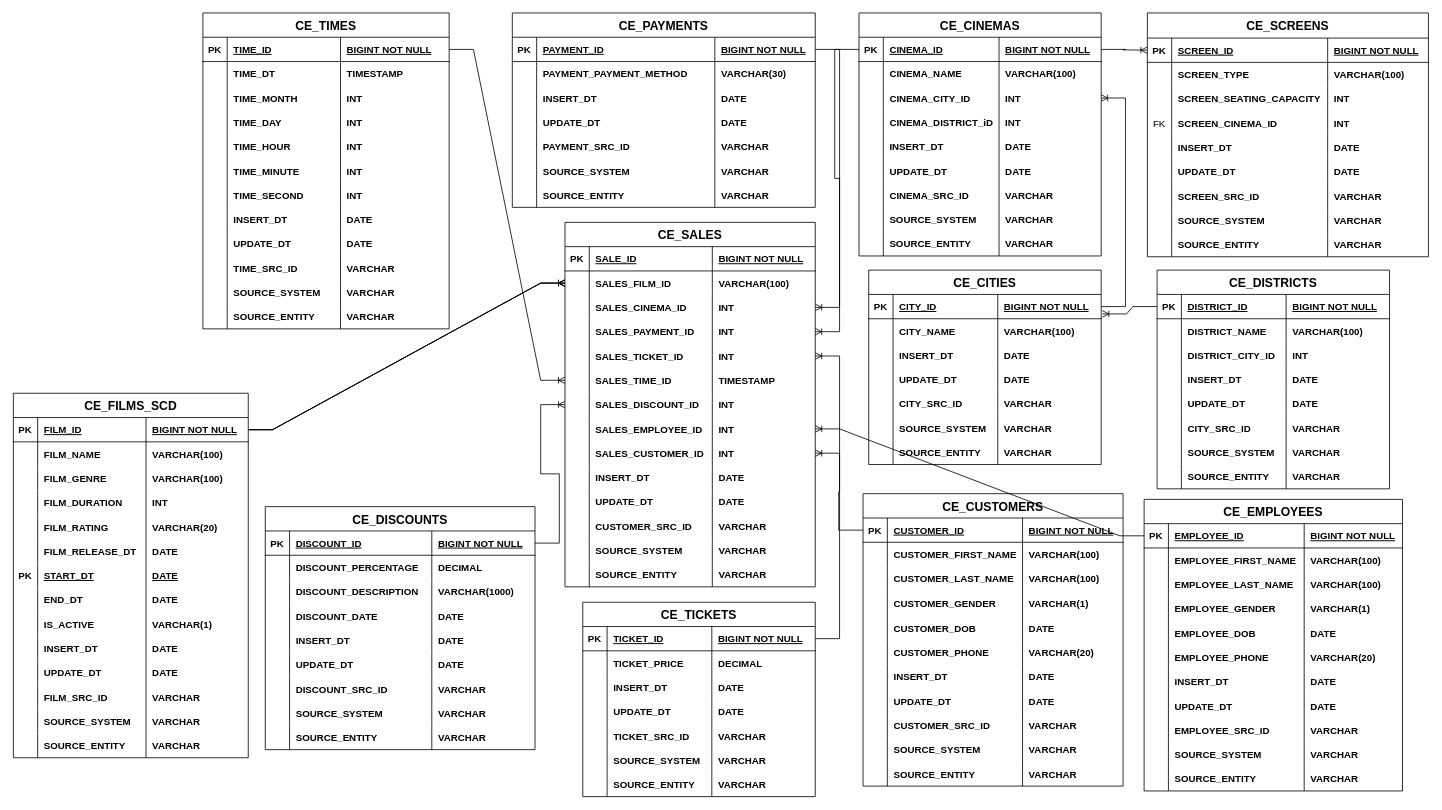
Before: ticket_sales_3NF.drawio in GiorgiEz/DB-modeling, a draw.io diagram. Source tidied: cells renumbered, new cells numbered last; positions are measured from the earlier drawing's top-left corner, leaving out a move shared by most shapes. Both pictures are drawn from the tidied source at 81%, with x=0, y=0 at pixel (13, 13).
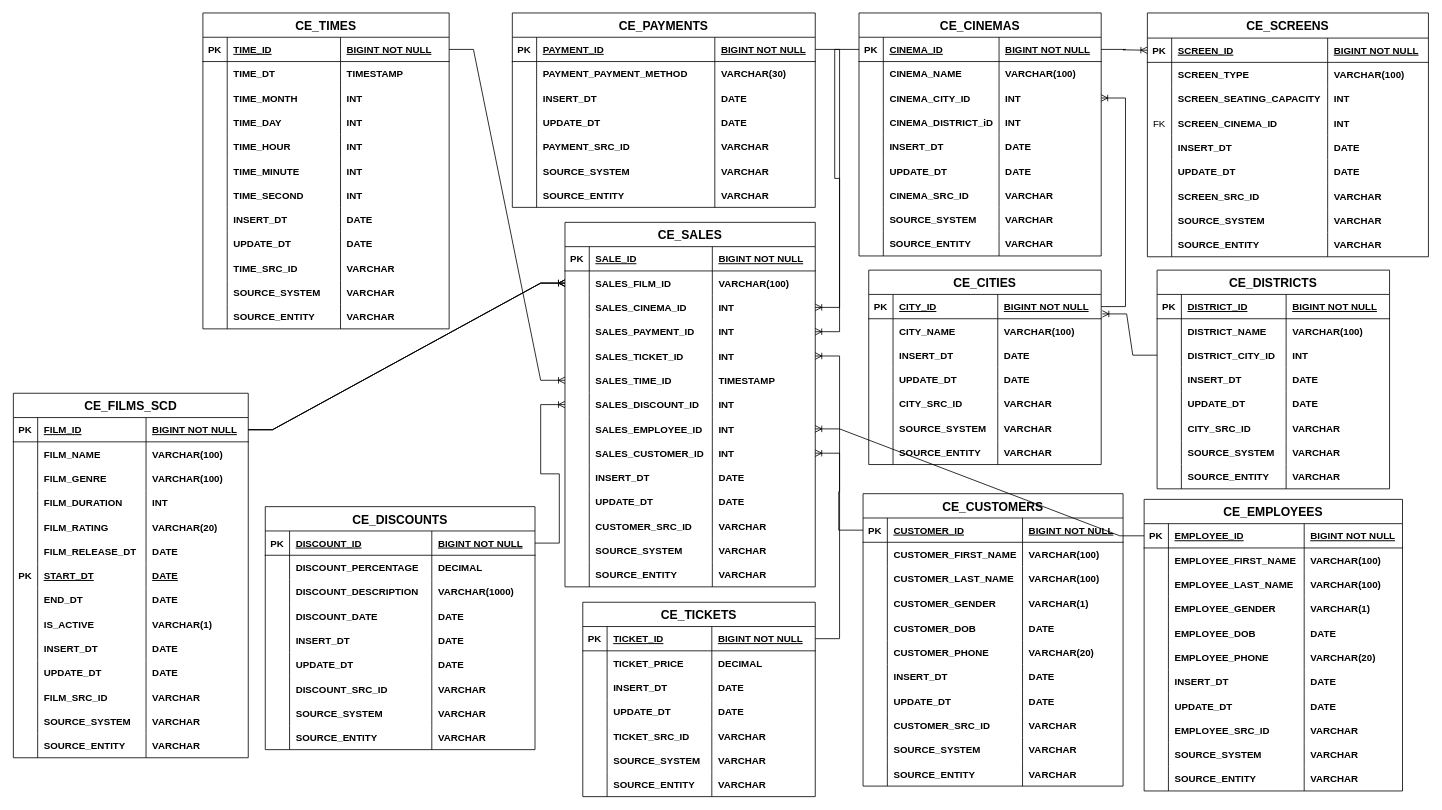
Above is the later version.

Unchanged cells that the change refers to:
```xml
<mxCell id="435" style="shape=partialRectangle;fillColor=none;points=[[0,0.5],[1,0.5]];portConstraint=eastwest;top=0;left=0;right=0;bottom=1;" parent="434" vertex="1">
  <mxGeometry y="30" width="287" height="30" as="geometry" />
</mxCell>
<mxCell id="465" style="shape=partialRectangle;fillColor=none;points=[[0,0.5],[1,0.5]];portConstraint=eastwest;top=0;left=0;right=0;bottom=1;" parent="464" vertex="1">
  <mxGeometry y="30" width="287" height="30" as="geometry" />
</mxCell>
<mxCell id="473" style="shape=partialRectangle;fillColor=none;points=[[0,0.5],[1,0.5]];portConstraint=eastwest;top=0;left=0;right=0;bottom=0;" parent="464" vertex="1">
  <mxGeometry y="90" width="287" height="30" as="geometry" />
</mxCell>
```

Change to the diagram source:
```diff
@@
-    <mxCell id="497" style="edgeStyle=entityRelationEdgeStyle;fontSize=12;html=1;endArrow=ERoneToMany;rounded=0;exitX=0;exitY=0.5;exitDx=0;exitDy=0;entryX=1.005;entryY=0.802;entryDx=0;entryDy=0;entryPerimeter=0;" parent="1" edge="1" source="465" target="435">
+    <mxCell id="497" style="edgeStyle=entityRelationEdgeStyle;fontSize=12;html=1;endArrow=ERoneToMany;rounded=0;exitX=0;exitY=0.5;exitDx=0;exitDy=0;entryX=1.005;entryY=0.802;entryDx=0;entryDy=0;entryPerimeter=0;" parent="1" edge="1" source="473" target="435">
       <mxGeometry relative="1" as="geometry">
         <Array as="points">
           <mxPoint x="492" y="444" />
           <mxPoint x="556" y="475" />
           <mxPoint x="556" y="479" />
           <mxPoint x="471" y="452" />
           <mxPoint x="470" y="449" />
         </Array>
       </mxGeometry>
     </mxCell>
```
